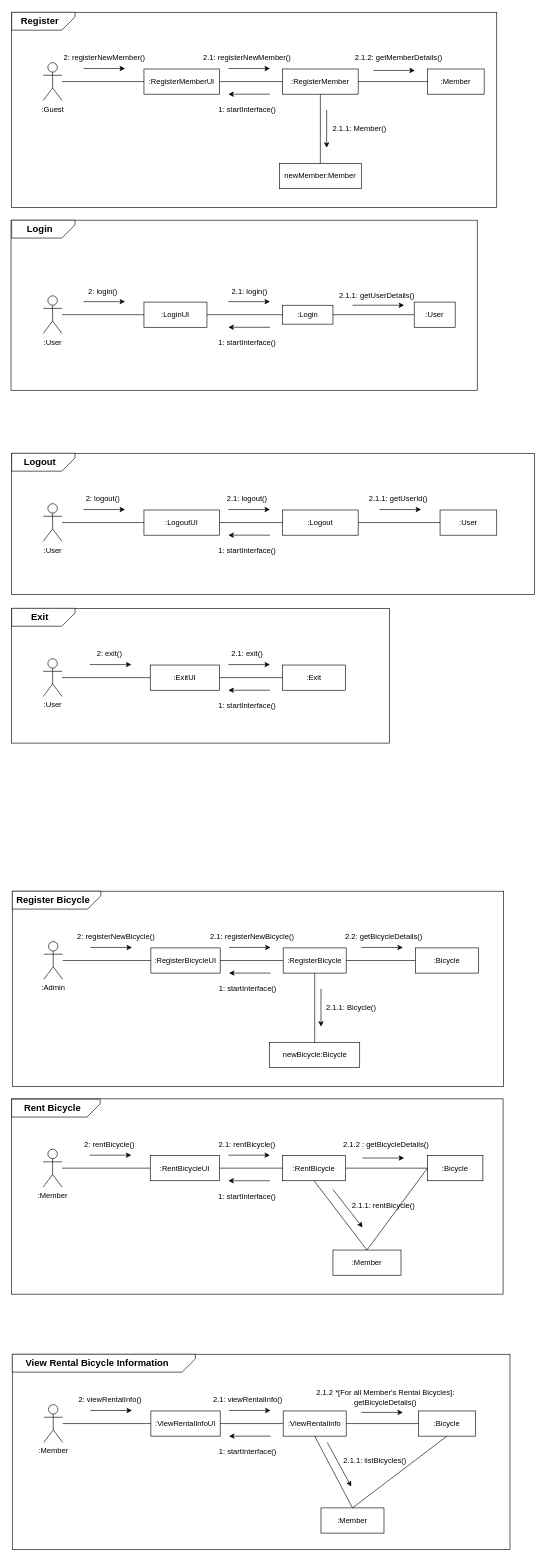
Above: Communication_Diagram.drawio in MODUGGAGI/homework (draw.io), before the change. Source tidied: cells renumbered, new cells numbered last; positions are measured from the earlier drawing's top-left corner, leaving out a move shared by most shapes. Both pictures are drawn from the tidied source at 63%, with x=0, y=0 at pixel (11, -11).
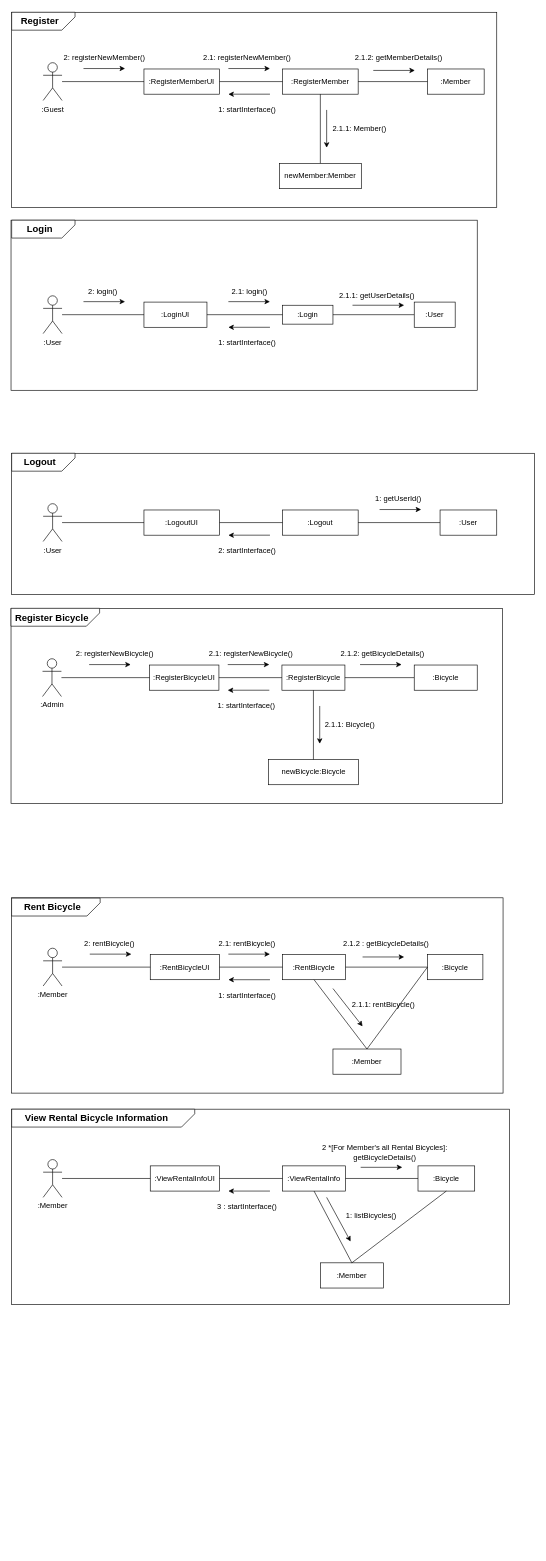
After the change.

Commit message (it also covers changes not shown here):
다이어그램 업데이트

What changed in the source:
```diff
@@
-    <mxCell id="56" value="1: startInterface()" style="text;html=1;align=center;verticalAlign=middle;whiteSpace=wrap;rounded=0;" parent="1" vertex="1">
+    <mxCell id="56" value="2: startInterface()" style="text;html=1;align=center;verticalAlign=middle;whiteSpace=wrap;rounded=0;" parent="1" vertex="1">
       <mxGeometry x="315" y="876" width="120" height="30" as="geometry" />
     </mxCell>
-    <mxCell id="57" style="endArrow=classic;html=1;rounded=0;" parent="1" edge="1">
-      <mxGeometry relative="1" as="geometry">
-        <mxPoint x="345" y="825.3" as="sourcePoint" />
-        <mxPoint x="411" y="825.3" as="targetPoint" />
-      </mxGeometry>
-    </mxCell>
-    <mxCell id="58" style="endArrow=classic;html=1;rounded=0;" parent="1" edge="1">
-      <mxGeometry relative="1" as="geometry">
-        <mxPoint x="115" y="825.3" as="sourcePoint" />
-        <mxPoint x="181" y="825.3" as="targetPoint" />
-      </mxGeometry>
-    </mxCell>
-    <mxCell id="59" value="2: logout()" style="text;html=1;align=center;verticalAlign=middle;whiteSpace=wrap;rounded=0;" parent="1" vertex="1">
-      <mxGeometry x="81" y="794" width="130" height="30" as="geometry" />
-    </mxCell>
-    <mxCell id="60" value="2.1: logout()" style="text;html=1;align=center;verticalAlign=middle;whiteSpace=wrap;rounded=0;" parent="1" vertex="1">
-      <mxGeometry x="302" y="794" width="146" height="30" as="geometry" />
-    </mxCell>
@@
-    <mxCell id="62" value="2.1.1: getUserId()" style="text;html=1;align=center;verticalAlign=middle;whiteSpace=wrap;rounded=0;" parent="1" vertex="1">
+    <mxCell id="62" value="1: getUserId()" style="text;html=1;align=center;verticalAlign=middle;whiteSpace=wrap;rounded=0;" parent="1" vertex="1">
       <mxGeometry x="542" y="794" width="146" height="30" as="geometry" />
     </mxCell>
-    <mxCell id="63" style="rounded=0;whiteSpace=wrap;html=1;" parent="1" vertex="1">
-      <mxGeometry x="1" y="982.1" width="600" height="213.9" as="geometry" />
-    </mxCell>
-    <mxCell id="64" value=":User" style="shape=umlActor;verticalLabelPosition=bottom;verticalAlign=top;html=1;outlineConnect=0;" parent="1" vertex="1">
-      <mxGeometry x="51" y="1062.1" width="30" height="60" as="geometry" />
-    </mxCell>
-    <mxCell id="65" value=":ExitUI" style="rounded=0;whiteSpace=wrap;html=1;" parent="1" vertex="1">
-      <mxGeometry x="221" y="1072.1" width="110" height="40" as="geometry" />
-    </mxCell>
-    <mxCell id="66" value=":Exit" style="rounded=0;whiteSpace=wrap;html=1;" parent="1" vertex="1">
-      <mxGeometry x="431" y="1072.1" width="100" height="40" as="geometry" />
-    </mxCell>
-    <mxCell id="67" style="endArrow=none;html=1;rounded=0;exitX=1;exitY=0.5;exitDx=0;exitDy=0;entryX=0;entryY=0.5;entryDx=0;entryDy=0;" parent="1" edge="1" source="65" target="66">
-      <mxGeometry relative="1" as="geometry" />
-    </mxCell>
-    <mxCell id="68" style="endArrow=none;html=1;rounded=0;entryX=0;entryY=0.5;entryDx=0;entryDy=0;" parent="1" edge="1" source="64" target="65">
-      <mxGeometry relative="1" as="geometry" />
-    </mxCell>
-    <mxCell id="69" style="endArrow=classic;html=1;rounded=0;" parent="1" edge="1">
-      <mxGeometry relative="1" as="geometry">
-        <mxPoint x="411" y="1112.1" as="sourcePoint" />
-        <mxPoint x="345" y="1112.1" as="targetPoint" />
-      </mxGeometry>
-    </mxCell>
-    <mxCell id="70" style="shape=card;whiteSpace=wrap;html=1;rotation=90;direction=south;size=21;" parent="1" vertex="1">
-      <mxGeometry x="37.1" y="946" width="28.4" height="100.6" as="geometry" />
-    </mxCell>
-    <mxCell id="71" value="&lt;span style=&quot;font-size: 15px;&quot;&gt;&lt;b&gt;Exit&lt;/b&gt;&lt;/span&gt;" style="text;html=1;align=center;verticalAlign=middle;whiteSpace=wrap;rounded=0;" parent="1" vertex="1">
-      <mxGeometry x="1" y="980.1" width="90" height="30" as="geometry" />
-    </mxCell>
-    <mxCell id="72" value="1: startInterface()" style="text;html=1;align=center;verticalAlign=middle;whiteSpace=wrap;rounded=0;" parent="1" vertex="1">
-      <mxGeometry x="315" y="1122.1" width="120" height="30" as="geometry" />
-    </mxCell>
-    <mxCell id="73" style="endArrow=classic;html=1;rounded=0;" parent="1" edge="1">
-      <mxGeometry relative="1" as="geometry">
-        <mxPoint x="345" y="1071.4" as="sourcePoint" />
-        <mxPoint x="411" y="1071.4" as="targetPoint" />
-      </mxGeometry>
-    </mxCell>
-    <mxCell id="74" style="endArrow=classic;html=1;rounded=0;" parent="1" edge="1">
-      <mxGeometry relative="1" as="geometry">
-        <mxPoint x="125" y="1071.4" as="sourcePoint" />
-        <mxPoint x="191" y="1071.4" as="targetPoint" />
-      </mxGeometry>
-    </mxCell>
-    <mxCell id="75" value="2: exit()" style="text;html=1;align=center;verticalAlign=middle;whiteSpace=wrap;rounded=0;" parent="1" vertex="1">
-      <mxGeometry x="101" y="1040.1" width="111" height="30" as="geometry" />
-    </mxCell>
-    <mxCell id="76" value="2.1: exit()" style="text;html=1;align=center;verticalAlign=middle;whiteSpace=wrap;rounded=0;" parent="1" vertex="1">
-      <mxGeometry x="302" y="1040.1" width="146" height="30" as="geometry" />
-    </mxCell>
     <mxCell id="77" style="rounded=0;whiteSpace=wrap;html=1;" parent="1" vertex="1">
-      <mxGeometry x="2" y="1431.1" width="780" height="310" as="geometry" />
+      <mxGeometry y="982.1" width="780" height="310" as="geometry" />
     </mxCell>
     <mxCell id="78" value=":Admin" style="shape=umlActor;verticalLabelPosition=bottom;verticalAlign=top;html=1;outlineConnect=0;" parent="1" vertex="1">
-      <mxGeometry x="52" y="1511.1" width="30" height="60" as="geometry" />
+      <mxGeometry x="50" y="1062.1" width="30" height="60" as="geometry" />
     </mxCell>
     <mxCell id="79" value=":RegisterBicycleUI" style="rounded=0;whiteSpace=wrap;html=1;" parent="1" vertex="1">
-      <mxGeometry x="222" y="1521.1" width="110" height="40" as="geometry" />
+      <mxGeometry x="220" y="1072.1" width="110" height="40" as="geometry" />
     </mxCell>
     <mxCell id="80" value=":RegisterBicycle" style="rounded=0;whiteSpace=wrap;html=1;" parent="1" vertex="1">
-      <mxGeometry x="432" y="1521.1" width="100" height="40" as="geometry" />
+      <mxGeometry x="430" y="1072.1" width="100" height="40" as="geometry" />
     </mxCell>
@@
     <mxCell id="84" style="endArrow=classic;html=1;rounded=0;" parent="1" edge="1">
       <mxGeometry relative="1" as="geometry">
-        <mxPoint x="412" y="1561.1" as="sourcePoint" />
-        <mxPoint x="346" y="1561.1" as="targetPoint" />
+        <mxPoint x="410" y="1112.1" as="sourcePoint" />
+        <mxPoint x="344" y="1112.1" as="targetPoint" />
       </mxGeometry>
     </mxCell>
     <mxCell id="85" style="shape=card;whiteSpace=wrap;html=1;rotation=90;direction=south;size=21;" parent="1" vertex="1">
-      <mxGeometry x="58.1" y="1375" width="28.4" height="140.6" as="geometry" />
+      <mxGeometry x="56.1" y="926" width="28.4" height="140.6" as="geometry" />
     </mxCell>
     <mxCell id="86" value="&lt;span style=&quot;font-size: 15px;&quot;&gt;&lt;b&gt;Register Bicycle&lt;/b&gt;&lt;/span&gt;" style="text;html=1;align=center;verticalAlign=middle;whiteSpace=wrap;rounded=0;" parent="1" vertex="1">
-      <mxGeometry x="7" y="1430.3" width="120" height="30" as="geometry" />
+      <mxGeometry x="5" y="981.3" width="120" height="30" as="geometry" />
     </mxCell>
     <mxCell id="87" value="1: startInterface()" style="text;html=1;align=center;verticalAlign=middle;whiteSpace=wrap;rounded=0;" parent="1" vertex="1">
-      <mxGeometry x="316" y="1571.1" width="120" height="30" as="geometry" />
+      <mxGeometry x="314" y="1122.1" width="120" height="30" as="geometry" />
     </mxCell>
     <mxCell id="88" value="newBicycle:Bicycle" style="rounded=0;whiteSpace=wrap;html=1;" parent="1" vertex="1">
-      <mxGeometry x="410.5" y="1671.1" width="143" height="40" as="geometry" />
+      <mxGeometry x="408.5" y="1222.1" width="143" height="40" as="geometry" />
     </mxCell>
     <mxCell id="89" style="endArrow=classic;html=1;rounded=0;" parent="1" edge="1">
       <mxGeometry relative="1" as="geometry">
-        <mxPoint x="346" y="1520.4" as="sourcePoint" />
-        <mxPoint x="412" y="1520.4" as="targetPoint" />
+        <mxPoint x="344" y="1071.4" as="sourcePoint" />
+        <mxPoint x="410" y="1071.4" as="targetPoint" />
       </mxGeometry>
     </mxCell>
     <mxCell id="90" style="endArrow=classic;html=1;rounded=0;" parent="1" edge="1">
       <mxGeometry relative="1" as="geometry">
-        <mxPoint x="126" y="1520.4" as="sourcePoint" />
-        <mxPoint x="192" y="1520.4" as="targetPoint" />
+        <mxPoint x="124" y="1071.4" as="sourcePoint" />
+        <mxPoint x="190" y="1071.4" as="targetPoint" />
       </mxGeometry>
     </mxCell>
     <mxCell id="91" value="2: registerNewBicycle()" style="text;html=1;align=center;verticalAlign=middle;whiteSpace=wrap;rounded=0;" parent="1" vertex="1">
-      <mxGeometry x="102" y="1489.1" width="130" height="30" as="geometry" />
+      <mxGeometry x="100" y="1040.1" width="130" height="30" as="geometry" />
     </mxCell>
     <mxCell id="92" value="2.1.1: Bicycle()" style="text;html=1;align=center;verticalAlign=middle;whiteSpace=wrap;rounded=0;" parent="1" vertex="1">
-      <mxGeometry x="492" y="1601.1" width="96" height="30" as="geometry" />
+      <mxGeometry x="490" y="1152.1" width="96" height="30" as="geometry" />
     </mxCell>
     <mxCell id="93" value="2.1: registerNewBicycle&lt;span style=&quot;background-color: transparent; color: light-dark(rgb(0, 0, 0), rgb(255, 255, 255));&quot;&gt;()&lt;/span&gt;" style="text;html=1;align=center;verticalAlign=middle;whiteSpace=wrap;rounded=0;" parent="1" vertex="1">
-      <mxGeometry x="310" y="1489.1" width="146" height="30" as="geometry" />
+      <mxGeometry x="308" y="1040.1" width="146" height="30" as="geometry" />
     </mxCell>
     <mxCell id="94" style="endArrow=classic;html=1;rounded=0;" parent="1" edge="1">
       <mxGeometry relative="1" as="geometry">
-        <mxPoint x="492" y="1586.1" as="sourcePoint" />
-        <mxPoint x="492" y="1646.1" as="targetPoint" />
+        <mxPoint x="490" y="1137.1" as="sourcePoint" />
+        <mxPoint x="490" y="1197.1" as="targetPoint" />
       </mxGeometry>
     </mxCell>
     <mxCell id="95" value=":Bicycle" style="rounded=0;whiteSpace=wrap;html=1;" parent="1" vertex="1">
-      <mxGeometry x="642" y="1521.1" width="100" height="40" as="geometry" />
+      <mxGeometry x="640" y="1072.1" width="100" height="40" as="geometry" />
     </mxCell>
@@
     <mxCell id="97" style="endArrow=classic;html=1;rounded=0;" parent="1" edge="1">
       <mxGeometry relative="1" as="geometry">
-        <mxPoint x="556" y="1520.4" as="sourcePoint" />
-        <mxPoint x="622" y="1520.4" as="targetPoint" />
+        <mxPoint x="554" y="1071.4" as="sourcePoint" />
+        <mxPoint x="620" y="1071.4" as="targetPoint" />
       </mxGeometry>
     </mxCell>
-    <mxCell id="98" value="2.2: getBicycleDetails&lt;span style=&quot;background-color: transparent; color: light-dark(rgb(0, 0, 0), rgb(255, 255, 255));&quot;&gt;()&lt;/span&gt;" style="text;html=1;align=center;verticalAlign=middle;whiteSpace=wrap;rounded=0;" parent="1" vertex="1">
-      <mxGeometry x="519" y="1489.1" width="146" height="30" as="geometry" />
+    <mxCell id="98" value="2.1.2: getBicycleDetails&lt;span style=&quot;background-color: transparent; color: light-dark(rgb(0, 0, 0), rgb(255, 255, 255));&quot;&gt;()&lt;/span&gt;" style="text;html=1;align=center;verticalAlign=middle;whiteSpace=wrap;rounded=0;" parent="1" vertex="1">
+      <mxGeometry x="517" y="1040.1" width="146" height="30" as="geometry" />
     </mxCell>
     <mxCell id="99" style="rounded=0;whiteSpace=wrap;html=1;" parent="1" vertex="1">
-      <mxGeometry x="1" y="1760.7" width="780" height="310" as="geometry" />
+      <mxGeometry x="1" y="1441.6" width="780" height="310" as="geometry" />
     </mxCell>
     <mxCell id="100" value=":Member" style="shape=umlActor;verticalLabelPosition=bottom;verticalAlign=top;html=1;outlineConnect=0;" parent="1" vertex="1">
-      <mxGeometry x="51" y="1840.7" width="30" height="60" as="geometry" />
+      <mxGeometry x="51" y="1521.6" width="30" height="60" as="geometry" />
     </mxCell>
     <mxCell id="101" value=":RentBicycleUI" style="rounded=0;whiteSpace=wrap;html=1;" parent="1" vertex="1">
-      <mxGeometry x="221" y="1850.7" width="110" height="40" as="geometry" />
+      <mxGeometry x="221" y="1531.6" width="110" height="40" as="geometry" />
     </mxCell>
     <mxCell id="102" value=":RentBicycle" style="rounded=0;whiteSpace=wrap;html=1;" parent="1" vertex="1">
-      <mxGeometry x="431" y="1850.7" width="100" height="40" as="geometry" />
+      <mxGeometry x="431" y="1531.6" width="100" height="40" as="geometry" />
     </mxCell>
@@
     <mxCell id="105" value=":Member" style="rounded=0;whiteSpace=wrap;html=1;" parent="1" vertex="1">
-      <mxGeometry x="511" y="2000.7" width="108" height="40" as="geometry" />
+      <mxGeometry x="511" y="1681.6" width="108" height="40" as="geometry" />
     </mxCell>
     <mxCell id="106" style="endArrow=classic;html=1;rounded=0;" parent="1" edge="1">
       <mxGeometry relative="1" as="geometry">
-        <mxPoint x="411" y="1890.7" as="sourcePoint" />
-        <mxPoint x="345" y="1890.7" as="targetPoint" />
+        <mxPoint x="411" y="1571.6" as="sourcePoint" />
+        <mxPoint x="345" y="1571.6" as="targetPoint" />
       </mxGeometry>
     </mxCell>
     <mxCell id="107" value="1: startInterface()" style="text;html=1;align=center;verticalAlign=middle;whiteSpace=wrap;rounded=0;" parent="1" vertex="1">
-      <mxGeometry x="315" y="1900.7" width="120" height="30" as="geometry" />
+      <mxGeometry x="315" y="1581.6" width="120" height="30" as="geometry" />
     </mxCell>
     <mxCell id="108" value=":Bicycle" style="rounded=0;whiteSpace=wrap;html=1;" parent="1" vertex="1">
-      <mxGeometry x="661" y="1850.7" width="88" height="40" as="geometry" />
+      <mxGeometry x="661" y="1531.6" width="88" height="40" as="geometry" />
     </mxCell>
     <mxCell id="109" style="endArrow=classic;html=1;rounded=0;" parent="1" edge="1">
       <mxGeometry relative="1" as="geometry">
-        <mxPoint x="345" y="1850.1" as="sourcePoint" />
-        <mxPoint x="411" y="1850.1" as="targetPoint" />
+        <mxPoint x="345" y="1531" as="sourcePoint" />
+        <mxPoint x="411" y="1531" as="targetPoint" />
       </mxGeometry>
     </mxCell>
     <mxCell id="110" style="endArrow=classic;html=1;rounded=0;" parent="1" edge="1">
       <mxGeometry relative="1" as="geometry">
-        <mxPoint x="125" y="1850.1" as="sourcePoint" />
-        <mxPoint x="191" y="1850.1" as="targetPoint" />
+        <mxPoint x="125" y="1531" as="sourcePoint" />
+        <mxPoint x="191" y="1531" as="targetPoint" />
       </mxGeometry>
     </mxCell>
     <mxCell id="111" value="2: rentBicycle()" style="text;html=1;align=center;verticalAlign=middle;whiteSpace=wrap;rounded=0;" parent="1" vertex="1">
-      <mxGeometry x="101" y="1818.7" width="111" height="30" as="geometry" />
+      <mxGeometry x="101" y="1499.6" width="111" height="30" as="geometry" />
     </mxCell>
     <mxCell id="112" value="2.1.2 : getBicycleDetails()" style="text;html=1;align=center;verticalAlign=middle;whiteSpace=wrap;rounded=0;" parent="1" vertex="1">
-      <mxGeometry x="520" y="1818.7" width="151" height="30" as="geometry" />
+      <mxGeometry x="520" y="1499.6" width="151" height="30" as="geometry" />
     </mxCell>
     <mxCell id="113" value="2.1: rentBicycle()" style="text;html=1;align=center;verticalAlign=middle;whiteSpace=wrap;rounded=0;" parent="1" vertex="1">
-      <mxGeometry x="302" y="1818.7" width="146" height="30" as="geometry" />
+      <mxGeometry x="302" y="1499.6" width="146" height="30" as="geometry" />
     </mxCell>
     <mxCell id="114" style="endArrow=classic;html=1;rounded=0;" parent="1" edge="1">
       <mxGeometry relative="1" as="geometry">
-        <mxPoint x="511" y="1904.6" as="sourcePoint" />
-        <mxPoint x="558" y="1964.7" as="targetPoint" />
+        <mxPoint x="511" y="1585.6" as="sourcePoint" />
+        <mxPoint x="558" y="1645.6" as="targetPoint" />
       </mxGeometry>
     </mxCell>
     <mxCell id="115" style="shape=card;whiteSpace=wrap;html=1;rotation=90;direction=south;size=21;" parent="1" vertex="1">
-      <mxGeometry x="57" y="1705.1" width="28.4" height="140.6" as="geometry" />
+      <mxGeometry x="57" y="1386" width="28.4" height="140.6" as="geometry" />
     </mxCell>
     <mxCell id="116" value="&lt;span style=&quot;font-size: 15px;&quot;&gt;&lt;b&gt;Rent Bicycle&lt;/b&gt;&lt;/span&gt;" style="text;html=1;align=center;verticalAlign=middle;whiteSpace=wrap;rounded=0;" parent="1" vertex="1">
-      <mxGeometry x="6" y="1760.4" width="120" height="30" as="geometry" />
+      <mxGeometry x="6" y="1441.3" width="120" height="30" as="geometry" />
     </mxCell>
@@
     <mxCell id="118" value="2.1.1: rentBicycle()" style="text;html=1;align=center;verticalAlign=middle;whiteSpace=wrap;rounded=0;" parent="1" vertex="1">
-      <mxGeometry x="520" y="1914.6" width="143" height="30" as="geometry" />
+      <mxGeometry x="520" y="1595.6" width="143" height="30" as="geometry" />
     </mxCell>
@@
     <mxCell id="120" style="endArrow=classic;html=1;rounded=0;" parent="1" edge="1">
       <mxGeometry relative="1" as="geometry">
-        <mxPoint x="558" y="1854.6" as="sourcePoint" />
-        <mxPoint x="624" y="1854.6" as="targetPoint" />
+        <mxPoint x="558" y="1535.5" as="sourcePoint" />
+        <mxPoint x="624" y="1535.5" as="targetPoint" />
       </mxGeometry>
     </mxCell>
@@
     <mxCell id="122" style="rounded=0;whiteSpace=wrap;html=1;" parent="1" vertex="1">
-      <mxGeometry x="2" y="2166.1" width="790" height="310" as="geometry" />
+      <mxGeometry x="1" y="1777.1" width="790" height="310" as="geometry" />
     </mxCell>
     <mxCell id="123" value=":Member" style="shape=umlActor;verticalLabelPosition=bottom;verticalAlign=top;html=1;outlineConnect=0;" parent="1" vertex="1">
-      <mxGeometry x="52" y="2246.1" width="30" height="60" as="geometry" />
+      <mxGeometry x="51" y="1857.1" width="30" height="60" as="geometry" />
     </mxCell>
     <mxCell id="124" value=":ViewRentalInfoUI" style="rounded=0;whiteSpace=wrap;html=1;" parent="1" vertex="1">
-      <mxGeometry x="222" y="2256.1" width="110" height="40" as="geometry" />
+      <mxGeometry x="221" y="1867.1" width="110" height="40" as="geometry" />
     </mxCell>
     <mxCell id="125" value=":ViewRentalInfo" style="rounded=0;whiteSpace=wrap;html=1;" parent="1" vertex="1">
-      <mxGeometry x="432" y="2256.1" width="100" height="40" as="geometry" />
+      <mxGeometry x="431" y="1867.1" width="100" height="40" as="geometry" />
     </mxCell>
@@
     <mxCell id="128" style="endArrow=classic;html=1;rounded=0;" parent="1" edge="1">
       <mxGeometry relative="1" as="geometry">
-        <mxPoint x="412" y="2296.1" as="sourcePoint" />
-        <mxPoint x="346" y="2296.1" as="targetPoint" />
+        <mxPoint x="411" y="1907.1" as="sourcePoint" />
+        <mxPoint x="345" y="1907.1" as="targetPoint" />
       </mxGeometry>
     </mxCell>
     <mxCell id="129" style="shape=card;whiteSpace=wrap;html=1;rotation=90;direction=south;size=21;" parent="1" vertex="1">
-      <mxGeometry x="133.1" y="2035" width="28.4" height="290.6" as="geometry" />
+      <mxGeometry x="132.1" y="1646" width="28.4" height="290.6" as="geometry" />
     </mxCell>
     <mxCell id="130" value="&lt;span style=&quot;font-size: 15px;&quot;&gt;&lt;b&gt;View Rental Bicycle Information&lt;/b&gt;&lt;/span&gt;" style="text;html=1;align=center;verticalAlign=middle;whiteSpace=wrap;rounded=0;" parent="1" vertex="1">
-      <mxGeometry x="2" y="2165.3" width="270" height="30" as="geometry" />
+      <mxGeometry x="1" y="1776.3" width="270" height="30" as="geometry" />
     </mxCell>
-    <mxCell id="131" value="1: startInterface()" style="text;html=1;align=center;verticalAlign=middle;whiteSpace=wrap;rounded=0;" parent="1" vertex="1">
-      <mxGeometry x="316" y="2306.1" width="120" height="30" as="geometry" />
+    <mxCell id="131" value="3 : startInterface()" style="text;html=1;align=center;verticalAlign=middle;whiteSpace=wrap;rounded=0;" parent="1" vertex="1">
+      <mxGeometry x="315" y="1917.1" width="120" height="30" as="geometry" />
     </mxCell>
-    <mxCell id="132" style="endArrow=classic;html=1;rounded=0;" parent="1" edge="1">
-      <mxGeometry relative="1" as="geometry">
-        <mxPoint x="346" y="2255.4" as="sourcePoint" />
-        <mxPoint x="412" y="2255.4" as="targetPoint" />
-      </mxGeometry>
-    </mxCell>
-    <mxCell id="133" style="endArrow=classic;html=1;rounded=0;" parent="1" edge="1">
-      <mxGeometry relative="1" as="geometry">
-        <mxPoint x="126" y="2255.4" as="sourcePoint" />
-        <mxPoint x="192" y="2255.4" as="targetPoint" />
-      </mxGeometry>
-    </mxCell>
-    <mxCell id="134" value="2: viewRentalInfo()" style="text;html=1;align=center;verticalAlign=middle;whiteSpace=wrap;rounded=0;" parent="1" vertex="1">
-      <mxGeometry x="102" y="2224.1" width="111" height="30" as="geometry" />
-    </mxCell>
-    <mxCell id="135" value="2.1: viewRentalInfo()" style="text;html=1;align=center;verticalAlign=middle;whiteSpace=wrap;rounded=0;" parent="1" vertex="1">
-      <mxGeometry x="303" y="2224.1" width="146" height="30" as="geometry" />
-    </mxCell>
-    <mxCell id="136" value="2.1.1: listBicycles()" style="text;html=1;align=center;verticalAlign=middle;whiteSpace=wrap;rounded=0;" parent="1" vertex="1">
-      <mxGeometry x="436" y="2320" width="284" height="30" as="geometry" />
+    <mxCell id="136" value="1: listBicycles()" style="text;html=1;align=center;verticalAlign=middle;whiteSpace=wrap;rounded=0;" parent="1" vertex="1">
+      <mxGeometry x="430" y="1931" width="284" height="30" as="geometry" />
     </mxCell>
     <mxCell id="137" value=":Bicycle" style="rounded=0;whiteSpace=wrap;html=1;" parent="1" vertex="1">
-      <mxGeometry x="647" y="2256.1" width="90" height="40" as="geometry" />
+      <mxGeometry x="646" y="1867.1" width="90" height="40" as="geometry" />
     </mxCell>
-    <mxCell id="138" value="2.1.2 *[For all Member's Rental Bicycles]: getBicycleDetails()" style="text;html=1;align=center;verticalAlign=middle;whiteSpace=wrap;rounded=0;" parent="1" vertex="1">
-      <mxGeometry x="479" y="2220.1" width="231" height="30" as="geometry" />
+    <mxCell id="138" value="2 *[For Member's all Rental Bicycles]: getBicycleDetails()" style="text;html=1;align=center;verticalAlign=middle;whiteSpace=wrap;rounded=0;" parent="1" vertex="1">
+      <mxGeometry x="478" y="1831.1" width="231" height="30" as="geometry" />
     </mxCell>
     <mxCell id="139" value=":Member" style="rounded=0;whiteSpace=wrap;html=1;" parent="1" vertex="1">
-      <mxGeometry x="492" y="2410" width="100" height="40" as="geometry" />
+      <mxGeometry x="491" y="2021" width="100" height="40" as="geometry" />
     </mxCell>
@@
     <mxCell id="141" style="endArrow=classic;html=1;rounded=0;" parent="1" edge="1">
       <mxGeometry relative="1" as="geometry">
-        <mxPoint x="502" y="2306.1" as="sourcePoint" />
-        <mxPoint x="540" y="2376.1" as="targetPoint" />
+        <mxPoint x="501" y="1917.1" as="sourcePoint" />
+        <mxPoint x="539" y="1987.1" as="targetPoint" />
       </mxGeometry>
     </mxCell>
@@
     <mxCell id="144" style="endArrow=classic;html=1;rounded=0;" parent="1" edge="1">
       <mxGeometry relative="1" as="geometry">
-        <mxPoint x="556" y="2258.4" as="sourcePoint" />
-        <mxPoint x="622" y="2258.4" as="targetPoint" />
+        <mxPoint x="555" y="1869.4" as="sourcePoint" />
+        <mxPoint x="621" y="1869.4" as="targetPoint" />
       </mxGeometry>
     </mxCell>
```
